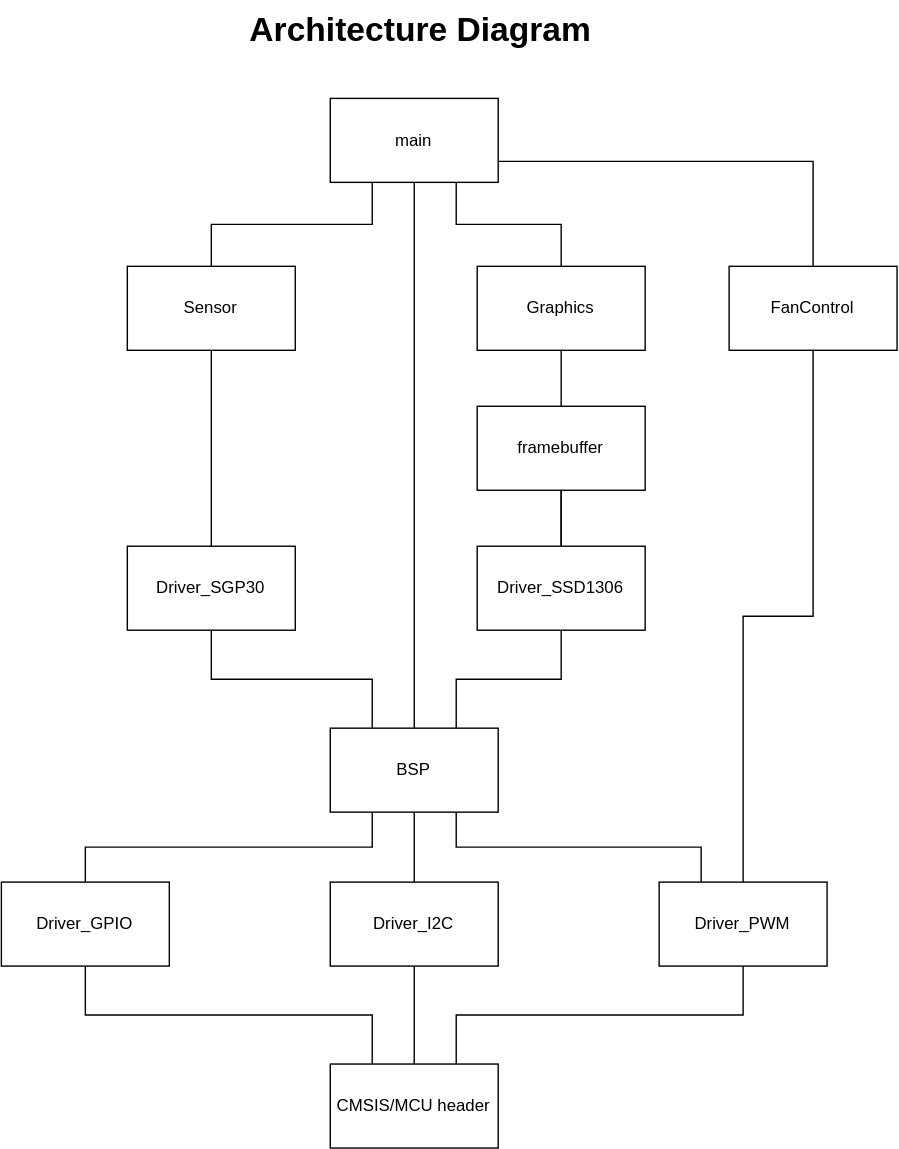
josh-257/Fume-Extractor keeps this draw.io diagram as Docs/FumeExtractor.drawio.svg. Above is the earlier version. Source tidied: cells renumbered, new cells last; positions are measured from the earlier drawing's top-left corner, leaving out a move shared by most shapes.
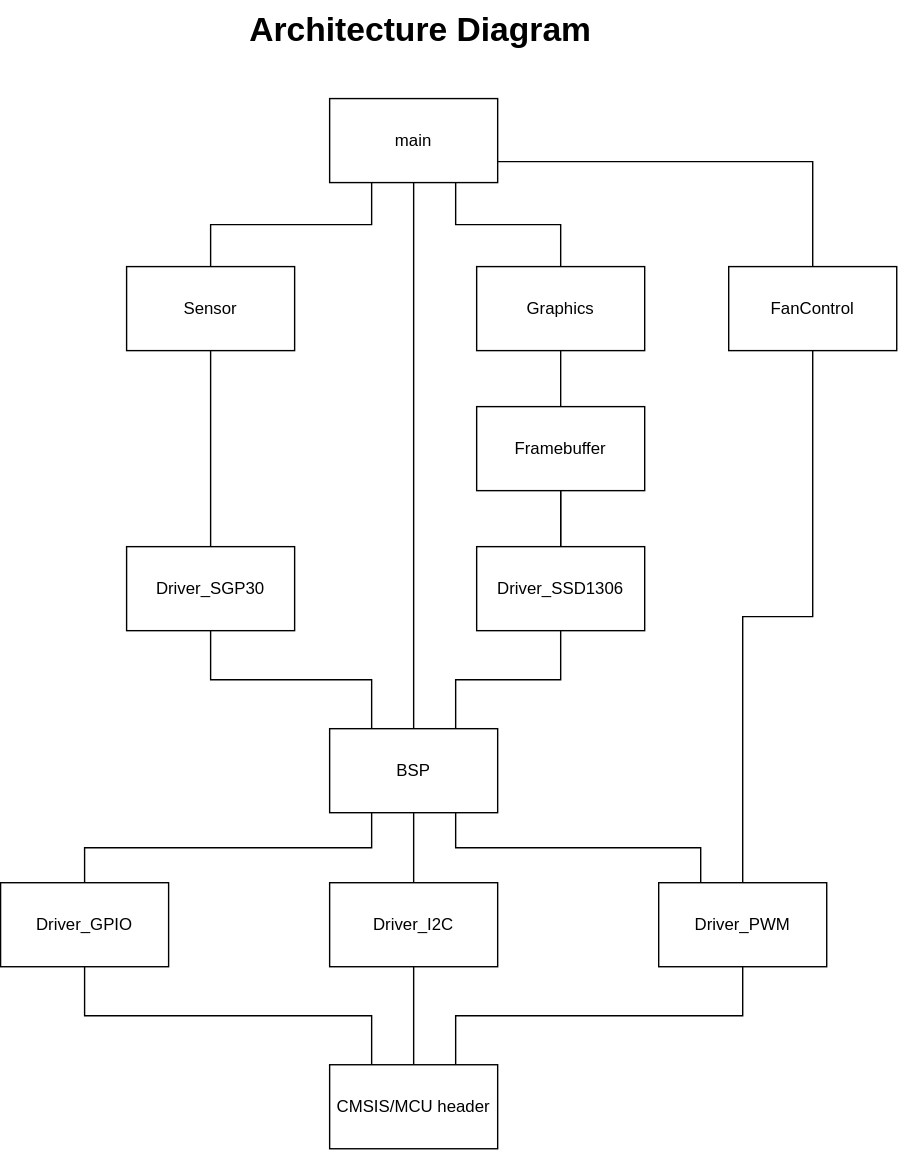
The same diagram one commit later.

The edit, as a diff of the source:
```diff
@@ -35,7 +35,7 @@
     <mxCell id="12" style="edgeStyle=orthogonalEdgeStyle;shape=connector;rounded=0;jettySize=auto;html=1;exitX=0.5;exitY=0;exitDx=0;exitDy=0;entryX=0.5;entryY=1;entryDx=0;entryDy=0;strokeColor=default;align=center;verticalAlign=middle;fontFamily=Helvetica;fontSize=11;fontColor=default;labelBackgroundColor=default;endArrow=none;endFill=0;" parent="1" edge="1" source="13" target="11">
       <mxGeometry relative="1" as="geometry" />
     </mxCell>
-    <mxCell id="13" value="framebuffer" style="rounded=0;whiteSpace=wrap;html=1;" parent="1" vertex="1">
+    <mxCell id="13" value="Framebuffer" style="rounded=0;whiteSpace=wrap;html=1;" parent="1" vertex="1">
       <mxGeometry x="340" y="290" width="120" height="60" as="geometry" />
     </mxCell>
     <mxCell id="14" style="edgeStyle=orthogonalEdgeStyle;shape=connector;rounded=0;jettySize=auto;html=1;exitX=0.5;exitY=1;exitDx=0;exitDy=0;entryX=0.25;entryY=0;entryDx=0;entryDy=0;strokeColor=default;align=center;verticalAlign=middle;fontFamily=Helvetica;fontSize=11;fontColor=default;labelBackgroundColor=default;endArrow=none;endFill=0;" parent="1" edge="1" source="15" target="28">
```
